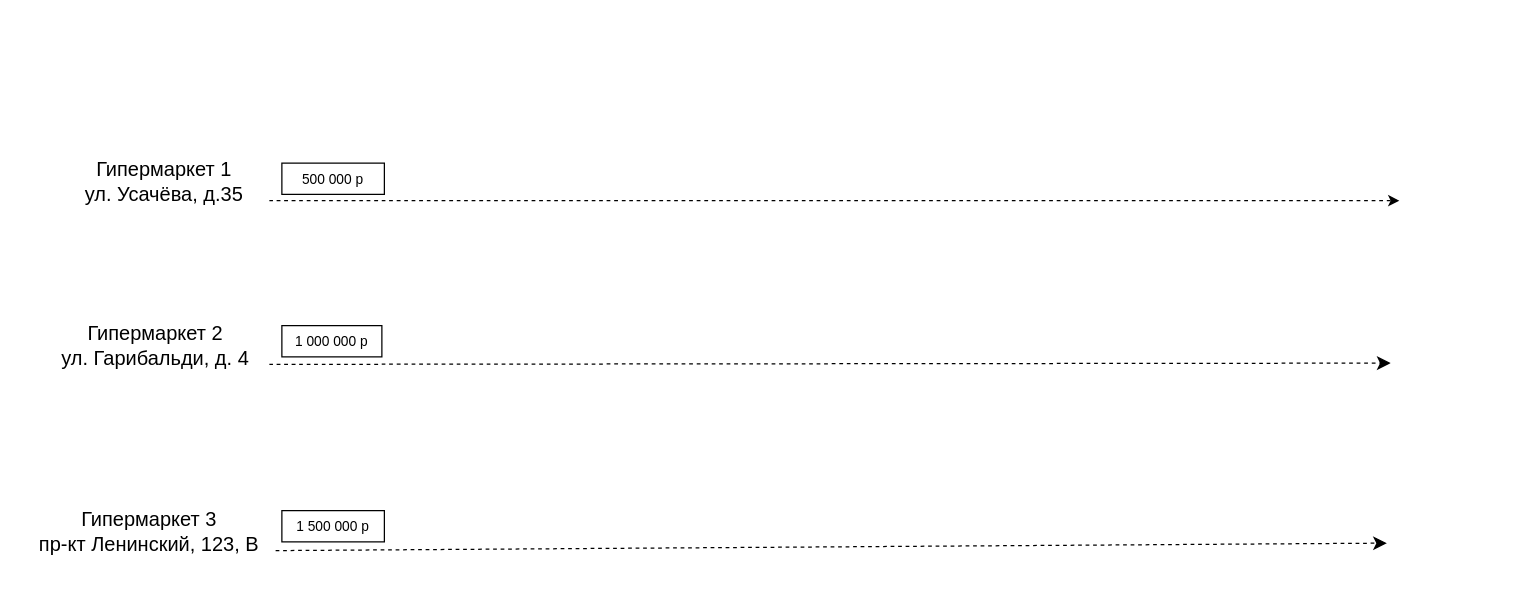
This is page "Скалярные часы" (1 of 3) of Часы Лэмпорта.drawio from DaryaRedina2000/Lamport-s-logical-clock, a draw.io file, before an edit. Source tidied: cells renumbered, new cells numbered last; positions are measured from the earlier drawing's top-left corner, leaving out a move shared by most shapes. Both pictures are drawn from the tidied source at 125%, with x=0, y=0 at pixel (21, 162).
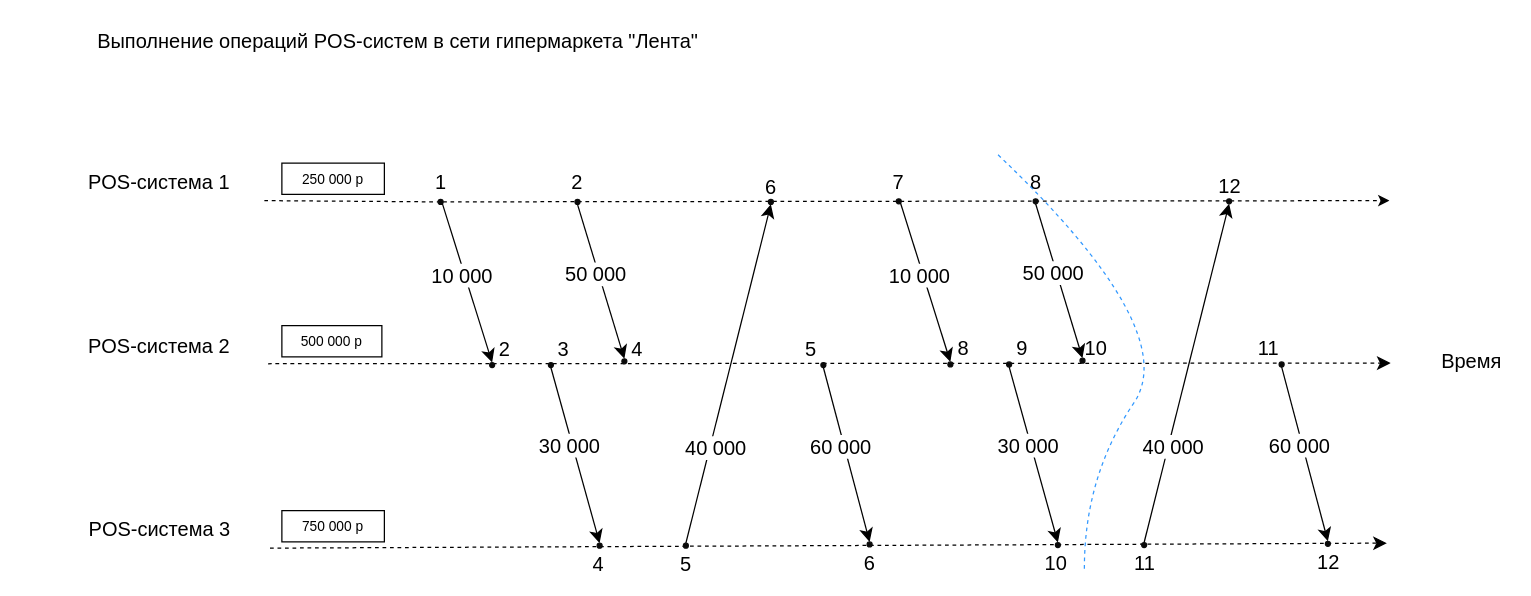
Above is the later version.

Change to the diagram source:
```diff
@@
-    <mxCell id="2" value="Гипермаркет 1 &lt;br&gt;ул. Усачёва, д.35" style="text;html=1;strokeColor=none;fillColor=none;align=center;verticalAlign=middle;whiteSpace=wrap;rounded=0;fontSize=16;" parent="1" vertex="1">
-      <mxGeometry x="30" width="168" height="30" as="geometry" />
+    <mxCell id="2" value="POS-система 1" style="text;html=1;strokeColor=none;fillColor=none;align=center;verticalAlign=middle;whiteSpace=wrap;rounded=0;fontSize=16;" parent="1" vertex="1">
+      <mxGeometry x="26" width="168" height="30" as="geometry" />
     </mxCell>
-    <mxCell id="3" value="Гипермаркет 2 &lt;br&gt;ул. Гарибальди, д. 4" style="text;html=1;strokeColor=none;fillColor=none;align=center;verticalAlign=middle;whiteSpace=wrap;rounded=0;fontSize=16;" parent="1" vertex="1">
-      <mxGeometry x="16" y="131" width="182" height="30" as="geometry" />
+    <mxCell id="3" value="POS-система 2" style="text;html=1;strokeColor=none;fillColor=none;align=center;verticalAlign=middle;whiteSpace=wrap;rounded=0;fontSize=16;" parent="1" vertex="1">
+      <mxGeometry x="23" y="130.5" width="174" height="30" as="geometry" />
     </mxCell>
-    <mxCell id="4" value="Гипермаркет 3 &lt;br&gt;пр-кт Ленинский, 123, В" style="text;html=1;strokeColor=none;fillColor=none;align=center;verticalAlign=middle;whiteSpace=wrap;rounded=0;fontSize=16;" parent="1" vertex="1">
-      <mxGeometry x="-0.5" y="280" width="203.5" height="30" as="geometry" />
+    <mxCell id="4" value="POS-система 3" style="text;html=1;strokeColor=none;fillColor=none;align=center;verticalAlign=middle;whiteSpace=wrap;rounded=0;fontSize=16;" parent="1" vertex="1">
+      <mxGeometry x="21.6" y="278" width="176.9" height="30" as="geometry" />
     </mxCell>
-    <mxCell id="5" style="endArrow=classic;dashed=1;html=1;rounded=0;fontSize=12;curved=1;exitX=1;exitY=1;exitDx=0;exitDy=0;endFill=1;" parent="1" edge="1" source="2">
+    <mxCell id="5" style="endArrow=classic;dashed=1;html=1;rounded=0;fontSize=12;curved=1;exitX=1;exitY=0.5;exitDx=0;exitDy=0;endFill=1;" parent="1" edge="1" source="12">
       <mxGeometry relative="1" as="geometry">
-        <mxPoint x="1102" y="30" as="targetPoint" />
+        <mxPoint x="1094" y="30" as="targetPoint" />
       </mxGeometry>
     </mxCell>
@@
-    <mxCell id="8" value="1 000 000 р" style="rounded=0;whiteSpace=wrap;html=1;fontSize=11;" parent="1" vertex="1">
+    <mxCell id="8" value="500 000 р" style="rounded=0;whiteSpace=wrap;html=1;fontSize=11;" parent="1" vertex="1">
       <mxGeometry x="208" y="130" width="80" height="25" as="geometry" />
     </mxCell>
-    <mxCell id="9" value="500 000 р" style="rounded=0;whiteSpace=wrap;html=1;fontSize=11;" parent="1" vertex="1">
+    <mxCell id="9" value="250 000 р" style="rounded=0;whiteSpace=wrap;html=1;fontSize=11;" parent="1" vertex="1">
       <mxGeometry x="208" width="82" height="25" as="geometry" />
     </mxCell>
-    <mxCell id="10" value="1 500 000 р" style="rounded=0;whiteSpace=wrap;html=1;fontSize=11;" parent="1" vertex="1">
+    <mxCell id="10" value="750 000 р" style="rounded=0;whiteSpace=wrap;html=1;fontSize=11;" parent="1" vertex="1">
       <mxGeometry x="208" y="278" width="82" height="25" as="geometry" />
     </mxCell>
+    <mxCell id="11" style="endArrow=none;dashed=1;html=1;rounded=0;fontSize=12;curved=1;exitX=1;exitY=1;exitDx=0;exitDy=0;endFill=0;entryX=0;entryY=0.5;entryDx=0;entryDy=0;" parent="1" edge="1" source="2" target="12">
+      <mxGeometry relative="1" as="geometry" />
+    </mxCell>
+    <mxCell id="12" style="ellipse;whiteSpace=wrap;html=1;fontSize=16;fillColor=#0a0a0a;strokeColor=#0d0d0d;fontColor=#ffffff;" parent="1" vertex="1">
+      <mxGeometry x="333" y="29" width="4" height="4" as="geometry" />
+    </mxCell>
+    <mxCell id="13" value="1" style="text;html=1;strokeColor=none;fillColor=none;align=center;verticalAlign=middle;whiteSpace=wrap;rounded=0;fontSize=16;" parent="1" vertex="1">
+      <mxGeometry x="326.5" y="8.5" width="17" height="13" as="geometry" />
+    </mxCell>
+    <mxCell id="14" style="ellipse;whiteSpace=wrap;html=1;fontSize=16;fillColor=#0a0a0a;strokeColor=#0d0d0d;fontColor=#ffffff;" parent="1" vertex="1">
+      <mxGeometry x="442.5" y="29" width="4" height="4" as="geometry" />
+    </mxCell>
+    <mxCell id="15" value="2" style="text;html=1;strokeColor=none;fillColor=none;align=center;verticalAlign=middle;whiteSpace=wrap;rounded=0;fontSize=16;" parent="1" vertex="1">
+      <mxGeometry x="436.2" y="8.5" width="16.5" height="13" as="geometry" />
+    </mxCell>
+    <mxCell id="16" style="ellipse;whiteSpace=wrap;html=1;fontSize=16;fillColor=#0a0a0a;strokeColor=#0d0d0d;fontColor=#ffffff;" parent="1" vertex="1">
+      <mxGeometry x="374.2" y="159.5" width="4" height="4" as="geometry" />
+    </mxCell>
+    <mxCell id="17" value="2" style="text;html=1;strokeColor=none;fillColor=none;align=center;verticalAlign=middle;whiteSpace=wrap;rounded=0;fontSize=16;" parent="1" vertex="1">
+      <mxGeometry x="378.2" y="142" width="16.5" height="13" as="geometry" />
+    </mxCell>
+    <mxCell id="18" value="Выполнение операций POS-систем в сети гипермаркета &quot;Лента&quot;" style="text;html=1;strokeColor=none;fillColor=none;align=center;verticalAlign=middle;whiteSpace=wrap;rounded=0;fontSize=16;" parent="1" vertex="1">
+      <mxGeometry x="51" y="-113" width="500" height="30" as="geometry" />
+    </mxCell>
+    <mxCell id="19" style="ellipse;whiteSpace=wrap;html=1;fontSize=16;fillColor=#0a0a0a;strokeColor=#0d0d0d;fontColor=#ffffff;" parent="1" vertex="1">
+      <mxGeometry x="421.2" y="159.5" width="4" height="4" as="geometry" />
+    </mxCell>
+    <mxCell id="20" value="3" style="text;html=1;strokeColor=none;fillColor=none;align=center;verticalAlign=middle;whiteSpace=wrap;rounded=0;fontSize=16;" parent="1" vertex="1">
+      <mxGeometry x="425.2" y="142" width="16.5" height="13" as="geometry" />
+    </mxCell>
+    <mxCell id="21" style="ellipse;whiteSpace=wrap;html=1;fontSize=16;fillColor=#0a0a0a;strokeColor=#0d0d0d;fontColor=#ffffff;" parent="1" vertex="1">
+      <mxGeometry x="460.2" y="304" width="4" height="4" as="geometry" />
+    </mxCell>
+    <mxCell id="22" value="4" style="text;html=1;strokeColor=none;fillColor=none;align=center;verticalAlign=middle;whiteSpace=wrap;rounded=0;fontSize=16;" parent="1" vertex="1">
+      <mxGeometry x="452.8" y="314" width="16.5" height="13" as="geometry" />
+    </mxCell>
+    <mxCell id="23" value="4" style="text;html=1;strokeColor=none;fillColor=none;align=center;verticalAlign=middle;whiteSpace=wrap;rounded=0;fontSize=16;" parent="1" vertex="1">
+      <mxGeometry x="484" y="142" width="16.5" height="13" as="geometry" />
+    </mxCell>
+    <mxCell id="24" style="ellipse;whiteSpace=wrap;html=1;fontSize=16;fillColor=#0a0a0a;strokeColor=#0d0d0d;fontColor=#ffffff;" parent="1" vertex="1">
+      <mxGeometry x="529.2" y="304" width="4" height="4" as="geometry" />
+    </mxCell>
+    <mxCell id="25" value="5" style="text;html=1;strokeColor=none;fillColor=none;align=center;verticalAlign=middle;whiteSpace=wrap;rounded=0;fontSize=16;" parent="1" vertex="1">
+      <mxGeometry x="523" y="314" width="16.5" height="13" as="geometry" />
+    </mxCell>
+    <mxCell id="26" style="ellipse;whiteSpace=wrap;html=1;fontSize=16;fillColor=#0a0a0a;strokeColor=#0d0d0d;fontColor=#ffffff;" parent="1" vertex="1">
+      <mxGeometry x="639.2" y="159.5" width="4" height="4" as="geometry" />
+    </mxCell>
+    <mxCell id="27" value="5" style="text;html=1;strokeColor=none;fillColor=none;align=center;verticalAlign=middle;whiteSpace=wrap;rounded=0;fontSize=16;" parent="1" vertex="1">
+      <mxGeometry x="622.8" y="142" width="16.5" height="13" as="geometry" />
+    </mxCell>
+    <mxCell id="28" style="ellipse;whiteSpace=wrap;html=1;fontSize=16;fillColor=#0a0a0a;strokeColor=#0d0d0d;fontColor=#ffffff;" parent="1" vertex="1">
+      <mxGeometry x="597.2" y="29" width="4" height="4" as="geometry" />
+    </mxCell>
+    <mxCell id="29" value="6" style="text;html=1;strokeColor=none;fillColor=none;align=center;verticalAlign=middle;whiteSpace=wrap;rounded=0;fontSize=16;" parent="1" vertex="1">
+      <mxGeometry x="591" y="12" width="16.5" height="13" as="geometry" />
+    </mxCell>
+    <mxCell id="30" style="endArrow=classic;html=1;rounded=0;fontSize=12;startSize=8;endSize=8;curved=1;exitX=1;exitY=1;exitDx=0;exitDy=0;entryX=0.5;entryY=0;entryDx=0;entryDy=0;" parent="1" edge="1" source="12" target="16">
+      <mxGeometry relative="1" as="geometry" />
+    </mxCell>
+    <mxCell id="31" value="10 000" style="edgeLabel;html=1;align=center;verticalAlign=middle;fontSize=16;" parent="30" vertex="1">
+      <mxGeometry x="-0.12" y="-3" relative="1" as="geometry" />
+    </mxCell>
+    <mxCell id="32" style="endArrow=classic;html=1;rounded=0;fontSize=12;startSize=8;endSize=8;curved=1;exitX=0.5;exitY=1;exitDx=0;exitDy=0;entryX=0.5;entryY=0;entryDx=0;entryDy=0;" parent="1" edge="1" source="35">
+      <mxGeometry relative="1" as="geometry">
+        <mxPoint x="482.5" y="161" as="targetPoint" />
+      </mxGeometry>
+    </mxCell>
+    <mxCell id="33" style="endArrow=classic;html=1;rounded=0;fontSize=12;startSize=8;endSize=8;curved=1;exitX=0.5;exitY=1;exitDx=0;exitDy=0;entryX=0.5;entryY=0;entryDx=0;entryDy=0;" parent="1" edge="1" source="14" target="35">
+      <mxGeometry relative="1" as="geometry" />
+    </mxCell>
+    <mxCell id="34" value="50 000" style="edgeLabel;html=1;align=center;verticalAlign=middle;fontSize=16;" parent="33" vertex="1">
+      <mxGeometry x="-0.12" y="-3" relative="1" as="geometry" />
+    </mxCell>
+    <mxCell id="35" style="ellipse;whiteSpace=wrap;html=1;fontSize=16;fillColor=#0a0a0a;strokeColor=#0d0d0d;fontColor=#ffffff;" parent="1" vertex="1">
+      <mxGeometry x="480" y="156.5" width="4" height="4" as="geometry" />
+    </mxCell>
+    <mxCell id="36" style="endArrow=classic;html=1;rounded=0;fontSize=12;startSize=8;endSize=8;curved=1;exitX=0.5;exitY=1;exitDx=0;exitDy=0;entryX=0.5;entryY=0;entryDx=0;entryDy=0;" parent="1" edge="1" source="19" target="21">
+      <mxGeometry relative="1" as="geometry" />
+    </mxCell>
+    <mxCell id="37" value="30 000" style="edgeLabel;html=1;align=center;verticalAlign=middle;fontSize=16;" parent="36" vertex="1">
+      <mxGeometry x="-0.12" y="-3" relative="1" as="geometry" />
+    </mxCell>
+    <mxCell id="38" style="endArrow=classic;html=1;rounded=0;fontSize=12;startSize=8;endSize=8;curved=1;entryX=0.5;entryY=1;entryDx=0;entryDy=0;exitX=0.5;exitY=0;exitDx=0;exitDy=0;" parent="1" edge="1" source="24" target="28">
+      <mxGeometry relative="1" as="geometry">
+        <Array as="points">
+          <mxPoint x="554" y="214" />
+        </Array>
+      </mxGeometry>
+    </mxCell>
+    <mxCell id="39" value="40 000" style="edgeLabel;html=1;align=center;verticalAlign=middle;fontSize=16;" parent="38" vertex="1">
+      <mxGeometry x="-0.12" y="-3" relative="1" as="geometry">
+        <mxPoint x="-10" y="42" as="offset" />
+      </mxGeometry>
+    </mxCell>
+    <mxCell id="40" style="endArrow=classic;html=1;rounded=0;fontSize=12;startSize=8;endSize=8;curved=1;exitX=0.5;exitY=1;exitDx=0;exitDy=0;entryX=0.5;entryY=0;entryDx=0;entryDy=0;" parent="1" edge="1" source="26" target="42">
+      <mxGeometry relative="1" as="geometry" />
+    </mxCell>
+    <mxCell id="41" value="60 000" style="edgeLabel;html=1;align=center;verticalAlign=middle;fontSize=16;" parent="40" vertex="1">
+      <mxGeometry x="-0.12" y="-3" relative="1" as="geometry" />
+    </mxCell>
+    <mxCell id="42" style="ellipse;whiteSpace=wrap;html=1;fontSize=16;fillColor=#0a0a0a;strokeColor=#0d0d0d;fontColor=#ffffff;" parent="1" vertex="1">
+      <mxGeometry x="676.2" y="303" width="4" height="4" as="geometry" />
+    </mxCell>
+    <mxCell id="43" value="6" style="text;html=1;strokeColor=none;fillColor=none;align=center;verticalAlign=middle;whiteSpace=wrap;rounded=0;fontSize=16;" parent="1" vertex="1">
+      <mxGeometry x="670" y="313" width="16.5" height="13" as="geometry" />
+    </mxCell>
+    <mxCell id="44" style="ellipse;whiteSpace=wrap;html=1;fontSize=16;fillColor=#0a0a0a;strokeColor=#0d0d0d;fontColor=#ffffff;" parent="1" vertex="1">
+      <mxGeometry x="699.5" y="28.5" width="4" height="4" as="geometry" />
+    </mxCell>
+    <mxCell id="45" value="7" style="text;html=1;strokeColor=none;fillColor=none;align=center;verticalAlign=middle;whiteSpace=wrap;rounded=0;fontSize=16;" parent="1" vertex="1">
+      <mxGeometry x="693" y="8" width="17" height="13" as="geometry" />
+    </mxCell>
+    <mxCell id="46" style="ellipse;whiteSpace=wrap;html=1;fontSize=16;fillColor=#0a0a0a;strokeColor=#0d0d0d;fontColor=#ffffff;" parent="1" vertex="1">
+      <mxGeometry x="809" y="28.5" width="4" height="4" as="geometry" />
+    </mxCell>
+    <mxCell id="47" value="8" style="text;html=1;strokeColor=none;fillColor=none;align=center;verticalAlign=middle;whiteSpace=wrap;rounded=0;fontSize=16;" parent="1" vertex="1">
+      <mxGeometry x="802.8" y="8" width="16.5" height="13" as="geometry" />
+    </mxCell>
+    <mxCell id="48" style="ellipse;whiteSpace=wrap;html=1;fontSize=16;fillColor=#0a0a0a;strokeColor=#0d0d0d;fontColor=#ffffff;" parent="1" vertex="1">
+      <mxGeometry x="740.8" y="159" width="4" height="4" as="geometry" />
+    </mxCell>
+    <mxCell id="49" value="8" style="text;html=1;strokeColor=none;fillColor=none;align=center;verticalAlign=middle;whiteSpace=wrap;rounded=0;fontSize=16;" parent="1" vertex="1">
+      <mxGeometry x="744.8" y="141.5" width="16.5" height="13" as="geometry" />
+    </mxCell>
+    <mxCell id="50" style="ellipse;whiteSpace=wrap;html=1;fontSize=16;fillColor=#0a0a0a;strokeColor=#0d0d0d;fontColor=#ffffff;" parent="1" vertex="1">
+      <mxGeometry x="787.8" y="159" width="4" height="4" as="geometry" />
+    </mxCell>
+    <mxCell id="51" value="9" style="text;html=1;strokeColor=none;fillColor=none;align=center;verticalAlign=middle;whiteSpace=wrap;rounded=0;fontSize=16;" parent="1" vertex="1">
+      <mxGeometry x="791.8" y="141.5" width="16.5" height="13" as="geometry" />
+    </mxCell>
+    <mxCell id="52" style="ellipse;whiteSpace=wrap;html=1;fontSize=16;fillColor=#0a0a0a;strokeColor=#0d0d0d;fontColor=#ffffff;" parent="1" vertex="1">
+      <mxGeometry x="826.8" y="303.5" width="4" height="4" as="geometry" />
+    </mxCell>
+    <mxCell id="53" value="10" style="text;html=1;strokeColor=none;fillColor=none;align=center;verticalAlign=middle;whiteSpace=wrap;rounded=0;fontSize=16;" parent="1" vertex="1">
+      <mxGeometry x="819.2" y="313.5" width="16.5" height="13" as="geometry" />
+    </mxCell>
+    <mxCell id="54" value="10" style="text;html=1;strokeColor=none;fillColor=none;align=center;verticalAlign=middle;whiteSpace=wrap;rounded=0;fontSize=16;" parent="1" vertex="1">
+      <mxGeometry x="850.5" y="141.5" width="16.5" height="13" as="geometry" />
+    </mxCell>
+    <mxCell id="55" style="ellipse;whiteSpace=wrap;html=1;fontSize=16;fillColor=#0a0a0a;strokeColor=#0d0d0d;fontColor=#ffffff;" parent="1" vertex="1">
+      <mxGeometry x="895.8" y="303.5" width="4" height="4" as="geometry" />
+    </mxCell>
+    <mxCell id="56" value="11" style="text;html=1;strokeColor=none;fillColor=none;align=center;verticalAlign=middle;whiteSpace=wrap;rounded=0;fontSize=16;" parent="1" vertex="1">
+      <mxGeometry x="889.5" y="313.5" width="16.5" height="13" as="geometry" />
+    </mxCell>
+    <mxCell id="57" style="ellipse;whiteSpace=wrap;html=1;fontSize=16;fillColor=#0a0a0a;strokeColor=#0d0d0d;fontColor=#ffffff;" parent="1" vertex="1">
+      <mxGeometry x="1005.8" y="159" width="4" height="4" as="geometry" />
+    </mxCell>
+    <mxCell id="58" value="11" style="text;html=1;strokeColor=none;fillColor=none;align=center;verticalAlign=middle;whiteSpace=wrap;rounded=0;fontSize=16;" parent="1" vertex="1">
+      <mxGeometry x="989.2" y="141.5" width="16.5" height="13.5" as="geometry" />
+    </mxCell>
+    <mxCell id="59" style="ellipse;whiteSpace=wrap;html=1;fontSize=16;fillColor=#0a0a0a;strokeColor=#0d0d0d;fontColor=#ffffff;" parent="1" vertex="1">
+      <mxGeometry x="963.8" y="28.5" width="4" height="4" as="geometry" />
+    </mxCell>
+    <mxCell id="60" value="12" style="text;html=1;strokeColor=none;fillColor=none;align=center;verticalAlign=middle;whiteSpace=wrap;rounded=0;fontSize=16;" parent="1" vertex="1">
+      <mxGeometry x="957.5" y="11.5" width="16.5" height="13" as="geometry" />
+    </mxCell>
+    <mxCell id="61" style="endArrow=classic;html=1;rounded=0;fontSize=12;startSize=8;endSize=8;curved=1;exitX=1;exitY=1;exitDx=0;exitDy=0;entryX=0.5;entryY=0;entryDx=0;entryDy=0;" parent="1" edge="1" source="44" target="48">
+      <mxGeometry relative="1" as="geometry" />
+    </mxCell>
+    <mxCell id="62" value="10 000" style="edgeLabel;html=1;align=center;verticalAlign=middle;fontSize=16;" parent="61" vertex="1">
+      <mxGeometry x="-0.12" y="-3" relative="1" as="geometry" />
+    </mxCell>
+    <mxCell id="63" style="endArrow=classic;html=1;rounded=0;fontSize=12;startSize=8;endSize=8;curved=1;exitX=0.5;exitY=1;exitDx=0;exitDy=0;entryX=0.5;entryY=0;entryDx=0;entryDy=0;" parent="1" edge="1" source="66">
+      <mxGeometry relative="1" as="geometry">
+        <mxPoint x="849" y="160.5" as="targetPoint" />
+      </mxGeometry>
+    </mxCell>
+    <mxCell id="64" style="endArrow=classic;html=1;rounded=0;fontSize=12;startSize=8;endSize=8;curved=1;exitX=0.5;exitY=1;exitDx=0;exitDy=0;entryX=0.5;entryY=0;entryDx=0;entryDy=0;" parent="1" edge="1" source="46" target="66">
+      <mxGeometry relative="1" as="geometry" />
+    </mxCell>
+    <mxCell id="65" value="50 000" style="edgeLabel;html=1;align=center;verticalAlign=middle;fontSize=16;" parent="64" vertex="1">
+      <mxGeometry x="-0.12" y="-3" relative="1" as="geometry" />
+    </mxCell>
+    <mxCell id="66" style="ellipse;whiteSpace=wrap;html=1;fontSize=16;fillColor=#0a0a0a;strokeColor=#0d0d0d;fontColor=#ffffff;" parent="1" vertex="1">
+      <mxGeometry x="846.5" y="156" width="4" height="4" as="geometry" />
+    </mxCell>
+    <mxCell id="67" style="endArrow=classic;html=1;rounded=0;fontSize=12;startSize=8;endSize=8;curved=1;exitX=0.5;exitY=1;exitDx=0;exitDy=0;entryX=0.5;entryY=0;entryDx=0;entryDy=0;" parent="1" edge="1" source="50" target="52">
+      <mxGeometry relative="1" as="geometry" />
+    </mxCell>
+    <mxCell id="68" value="30 000" style="edgeLabel;html=1;align=center;verticalAlign=middle;fontSize=16;" parent="67" vertex="1">
+      <mxGeometry x="-0.12" y="-3" relative="1" as="geometry" />
+    </mxCell>
+    <mxCell id="69" style="endArrow=classic;html=1;rounded=0;fontSize=12;startSize=8;endSize=8;curved=1;entryX=0.5;entryY=1;entryDx=0;entryDy=0;exitX=0.5;exitY=0;exitDx=0;exitDy=0;" parent="1" edge="1" source="55" target="59">
+      <mxGeometry relative="1" as="geometry">
+        <Array as="points">
+          <mxPoint x="920.5" y="213.5" />
+        </Array>
+      </mxGeometry>
+    </mxCell>
+    <mxCell id="70" value="40 000" style="edgeLabel;html=1;align=center;verticalAlign=middle;fontSize=16;" parent="69" vertex="1">
+      <mxGeometry x="-0.12" y="-3" relative="1" as="geometry">
+        <mxPoint x="-10" y="42" as="offset" />
+      </mxGeometry>
+    </mxCell>
+    <mxCell id="71" style="endArrow=classic;html=1;rounded=0;fontSize=12;startSize=8;endSize=8;curved=1;exitX=0.5;exitY=1;exitDx=0;exitDy=0;entryX=0.5;entryY=0;entryDx=0;entryDy=0;" parent="1" edge="1" source="57" target="73">
+      <mxGeometry relative="1" as="geometry" />
+    </mxCell>
+    <mxCell id="72" value="60 000" style="edgeLabel;html=1;align=center;verticalAlign=middle;fontSize=16;" parent="71" vertex="1">
+      <mxGeometry x="-0.12" y="-3" relative="1" as="geometry" />
+    </mxCell>
+    <mxCell id="73" style="ellipse;whiteSpace=wrap;html=1;fontSize=16;fillColor=#0a0a0a;strokeColor=#0d0d0d;fontColor=#ffffff;" parent="1" vertex="1">
+      <mxGeometry x="1042.8" y="302.5" width="4" height="4" as="geometry" />
+    </mxCell>
+    <mxCell id="74" value="12" style="text;html=1;strokeColor=none;fillColor=none;align=center;verticalAlign=middle;whiteSpace=wrap;rounded=0;fontSize=16;" parent="1" vertex="1">
+      <mxGeometry x="1036.5" y="312.5" width="16.5" height="13" as="geometry" />
+    </mxCell>
+    <mxCell id="75" style="curved=1;endArrow=none;html=1;rounded=0;fontSize=12;startSize=8;endSize=8;endFill=0;strokeColor=#3399FF;dashed=1;" parent="1" edge="1">
+      <mxGeometry relative="1" as="geometry">
+        <mxPoint x="850" y="324.5" as="sourcePoint" />
+        <mxPoint x="779" y="-8.5" as="targetPoint" />
+        <Array as="points">
+          <mxPoint x="850" y="250.5" />
+          <mxPoint x="929" y="133.5" />
+        </Array>
+      </mxGeometry>
+    </mxCell>
+    <mxCell id="76" value="Время" style="text;html=1;strokeColor=none;fillColor=none;align=center;verticalAlign=middle;whiteSpace=wrap;rounded=0;fontSize=16;" parent="1" vertex="1">
+      <mxGeometry x="1130" y="142.5" width="60" height="30" as="geometry" />
+    </mxCell>
```
